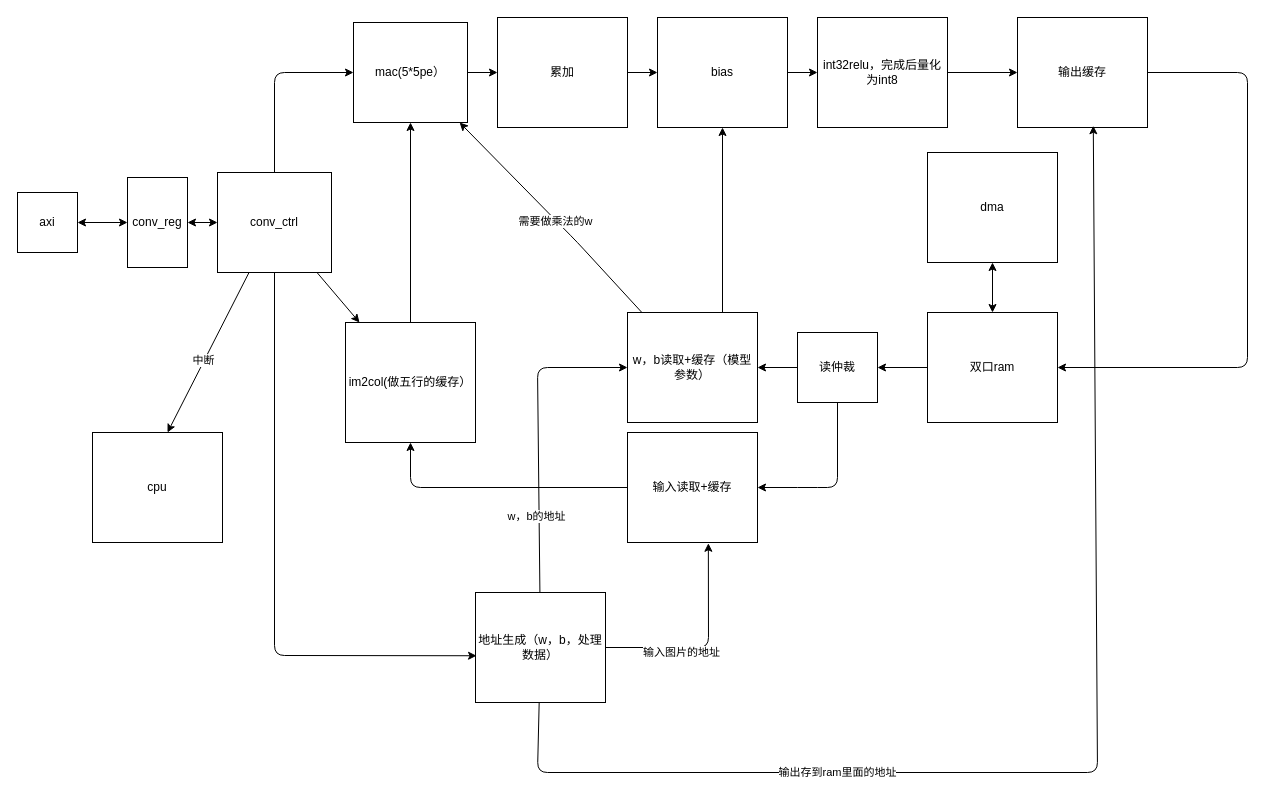
Before: conv架构.drawio in ssssss-dot/soc_learning, a draw.io diagram. Source tidied: cells renumbered, new cells numbered last; positions are measured from the earlier drawing's top-left corner, leaving out a move shared by most shapes. Both pictures are drawn from the tidied source at 100%, with x=0, y=0 at pixel (17, 17).
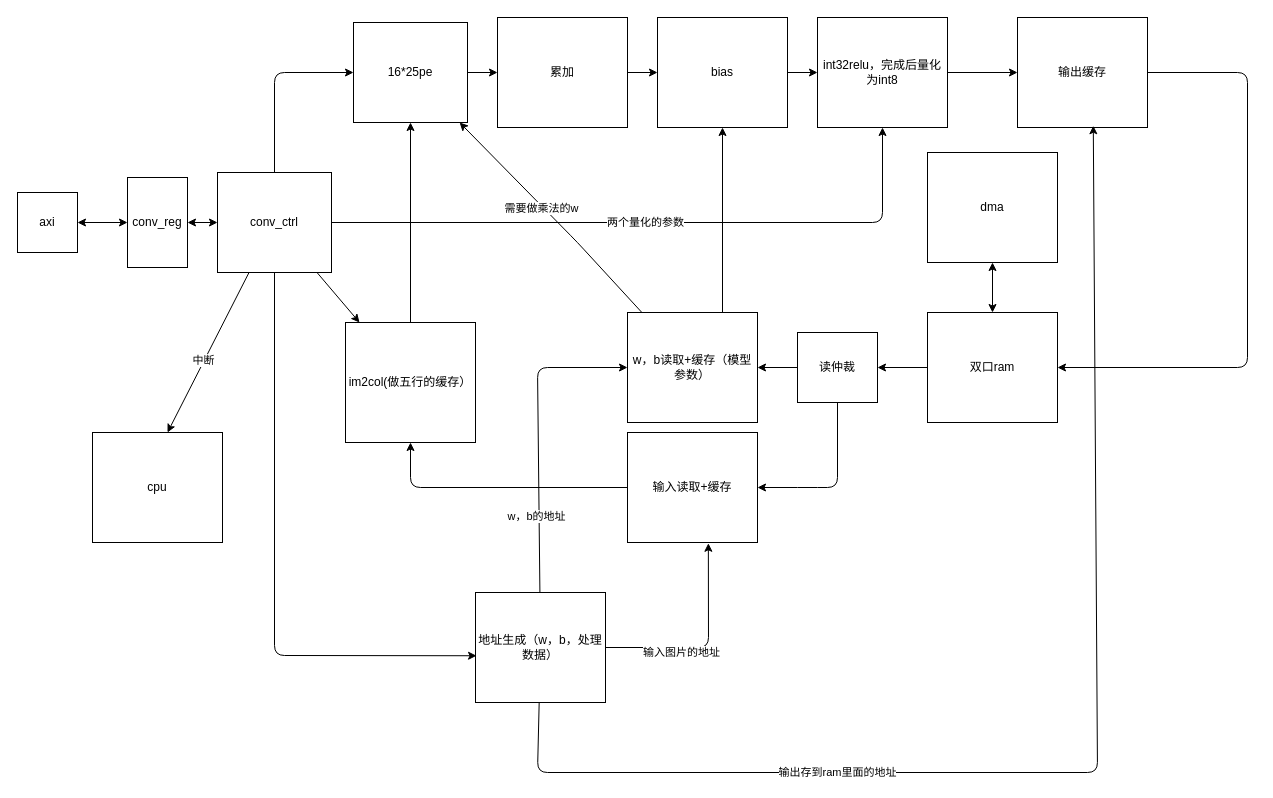
Above is the later version.

Unchanged cells that the change refers to:
```xml
<mxCell id="17" value="conv_ctrl" style="rounded=0;whiteSpace=wrap;html=1;" parent="1" vertex="1">
  <mxGeometry x="200" y="155" width="114" height="100" as="geometry" />
</mxCell>
<mxCell id="21" style="edgeStyle=none;html=1;" parent="1" edge="1" source="24" target="6">
  <mxGeometry relative="1" as="geometry">
    <Array as="points">
      <mxPoint x="560" y="225" />
    </Array>
  </mxGeometry>
</mxCell>
<mxCell id="27" value="int32relu，完成后量化为int8" style="rounded=0;whiteSpace=wrap;html=1;" parent="1" vertex="1">
  <mxGeometry x="800" width="130" height="110" as="geometry" />
</mxCell>
```

Diff of the diagram source:
```diff
@@
-    <mxCell id="6" value="mac(5*5pe）" style="rounded=0;whiteSpace=wrap;html=1;" parent="1" vertex="1">
+    <mxCell id="6" value="16*25pe" style="rounded=0;whiteSpace=wrap;html=1;" parent="1" vertex="1">
       <mxGeometry x="336" y="5" width="114" height="100" as="geometry" />
     </mxCell>
@@
+    <mxCell id="45" style="edgeStyle=none;html=1;entryX=0.5;entryY=1;entryDx=0;entryDy=0;" parent="1" edge="1" source="17" target="27">
+      <mxGeometry relative="1" as="geometry">
+        <Array as="points">
+          <mxPoint x="865" y="205" />
+        </Array>
+      </mxGeometry>
+    </mxCell>
+    <mxCell id="46" value="两个量化的参数" style="edgeLabel;html=1;align=center;verticalAlign=middle;" parent="45" vertex="1">
+      <mxGeometry x="-0.03" y="1" relative="1" as="geometry" />
+    </mxCell>
@@
     <mxCell id="22" value="需要做乘法的w" style="edgeLabel;html=1;align=center;verticalAlign=middle;" parent="21" vertex="1">
-      <mxGeometry x="-0.04" y="1" relative="1" as="geometry" />
+      <mxGeometry x="-0.04" y="1" relative="1" as="geometry">
+        <mxPoint x="-14" y="-13" as="offset" />
+      </mxGeometry>
     </mxCell>
```
